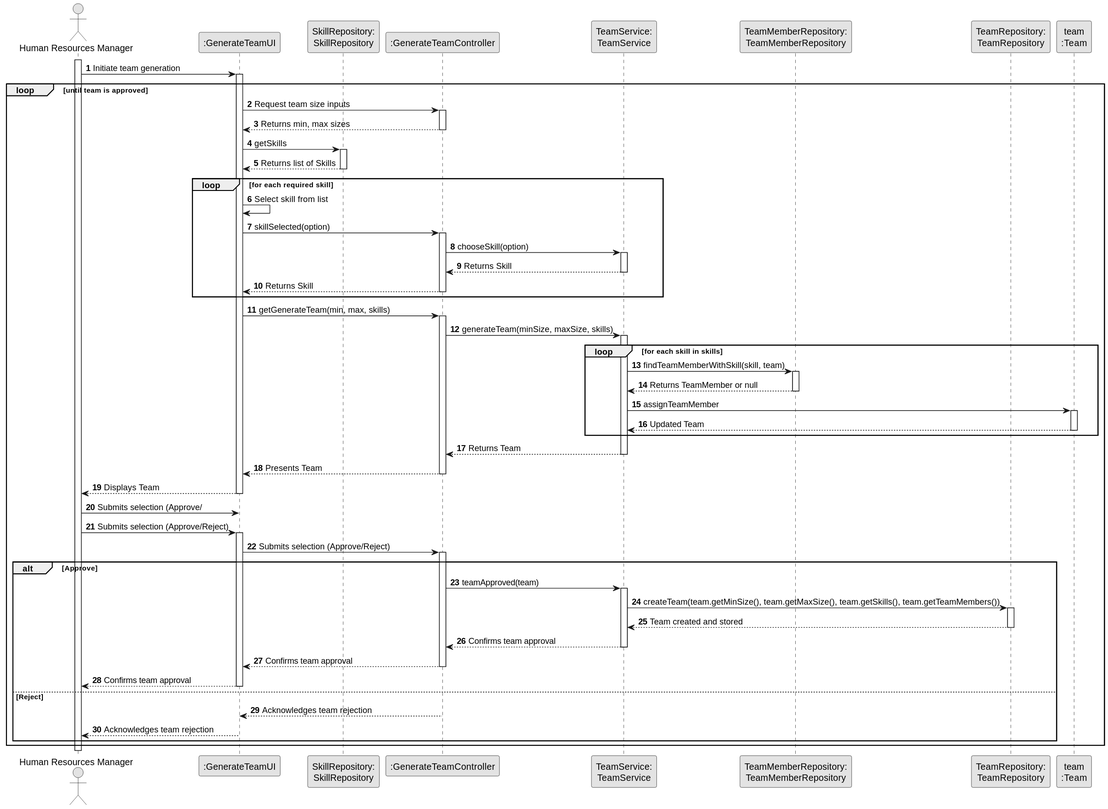
Above: docs/sprintC/us005/03.design/svg/us05-sequence-diagram-full.svg in Mendoncaa/LAPR2 (PlantUML), before the change. The source it was exported from:
```plantuml
@startuml
skinparam monochrome true
skinparam packageStyle rectangle
skinparam shadowing false

autonumber

actor "Human Resources Manager" as HRM
participant ":GenerateTeamUI" as GenerateTeamUI
participant "SkillRepository:\nSkillRepository" as SkillRepository
participant ":GenerateTeamController" as GenerateTeamController
participant "TeamService:\nTeamService" as TeamService
participant "TeamMemberRepository:\nTeamMemberRepository" as TeamMemberRepository
participant "TeamRepository:\nTeamRepository" as TeamRepository
participant "team\n:Team" as Team

activate HRM

HRM -> GenerateTeamUI : Initiate team generation
activate GenerateTeamUI

loop until team is approved

    GenerateTeamUI -> GenerateTeamController : Request team size inputs
    activate GenerateTeamController

    GenerateTeamController --> GenerateTeamUI : Returns min, max sizes
    deactivate GenerateTeamController


    GenerateTeamUI -> SkillRepository : getSkills
    activate SkillRepository

    SkillRepository --> GenerateTeamUI : Returns list of Skills
    deactivate SkillRepository


    loop for each required skill
        GenerateTeamUI -> GenerateTeamUI : Select skill from list
        GenerateTeamUI -> GenerateTeamController : skillSelected(option)
        activate GenerateTeamController

        GenerateTeamController -> TeamService : chooseSkill(option)
        activate TeamService

        TeamService --> GenerateTeamController : Returns Skill
        deactivate TeamService

        GenerateTeamController --> GenerateTeamUI : Returns Skill
        deactivate GenerateTeamController
    end


    GenerateTeamUI -> GenerateTeamController : getGenerateTeam(min, max, skills)
    activate GenerateTeamController

    GenerateTeamController -> TeamService : generateTeam(minSize, maxSize, skills)
    activate TeamService


    loop for each skill in skills
        TeamService -> TeamMemberRepository : findTeamMemberWithSkill(skill, team)
        activate TeamMemberRepository

        TeamMemberRepository --> TeamService : Returns TeamMember or null
        deactivate TeamMemberRepository


        TeamService -> Team : assignTeamMember
        activate Team

        Team --> TeamService : Updated Team
        deactivate Team
    end

    TeamService --> GenerateTeamController : Returns Team
    deactivate TeamService

    GenerateTeamController --> GenerateTeamUI : Presents Team
    deactivate GenerateTeamController

    GenerateTeamUI --> HRM : Displays Team
    deactivate GenerateTeamUI


    HRM -> GenerateTeamUI : Submits selection (Approve/



    HRM -> GenerateTeamUI : Submits selection (Approve/Reject)
    activate GenerateTeamUI

    GenerateTeamUI -> GenerateTeamController : Submits selection (Approve/Reject)
    activate GenerateTeamController

    alt Approve
        GenerateTeamController -> TeamService : teamApproved(team)
        activate TeamService


        TeamService -> TeamRepository : createTeam(team.getMinSize(), team.getMaxSize(), team.getSkills(), team.getTeamMembers())
        activate TeamRepository

        TeamRepository --> TeamService : Team created and stored
        deactivate TeamRepository

        TeamService --> GenerateTeamController : Confirms team approval
        deactivate TeamService

        GenerateTeamController --> GenerateTeamUI : Confirms team approval
        deactivate GenerateTeamController

        GenerateTeamUI --> HRM : Confirms team approval
        deactivate GenerateTeamUI
    else Reject

        GenerateTeamController --> GenerateTeamUI : Acknowledges team rejection
        deactivate GenerateTeamController

        GenerateTeamUI --> HRM : Acknowledges team rejection
        deactivate GenerateTeamUI
    end
end
@enduml
```
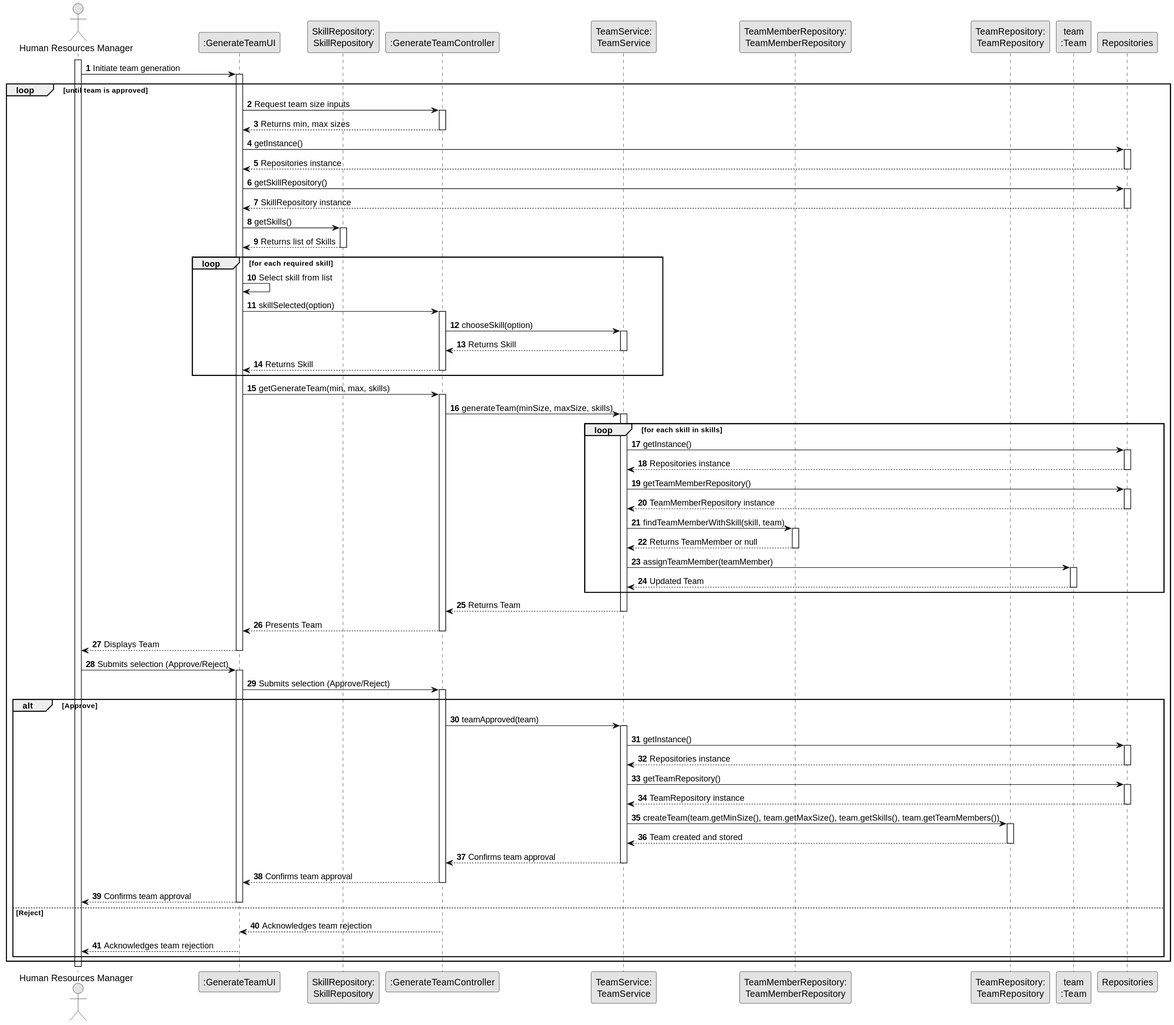
Above is the later version.

Commit message:
US005 and US008 SINGLETON fix on Sequence Diagram.

What changed in the source:
```diff
@@ -27,13 +27,20 @@
     GenerateTeamController --> GenerateTeamUI : Returns min, max sizes
     deactivate GenerateTeamController
 
+    GenerateTeamUI -> Repositories : getInstance()
+    activate Repositories
+    Repositories --> GenerateTeamUI : Repositories instance
+    deactivate Repositories
 
-    GenerateTeamUI -> SkillRepository : getSkills
+    GenerateTeamUI -> Repositories : getSkillRepository()
+    activate Repositories
+    Repositories --> GenerateTeamUI : SkillRepository instance
+    deactivate Repositories
+
+    GenerateTeamUI -> SkillRepository : getSkills()
     activate SkillRepository
-
     SkillRepository --> GenerateTeamUI : Returns list of Skills
     deactivate SkillRepository
-
 
     loop for each required skill
         GenerateTeamUI -> GenerateTeamUI : Select skill from list
@@ -50,23 +57,30 @@
         deactivate GenerateTeamController
     end
 
-
     GenerateTeamUI -> GenerateTeamController : getGenerateTeam(min, max, skills)
     activate GenerateTeamController
 
     GenerateTeamController -> TeamService : generateTeam(minSize, maxSize, skills)
     activate TeamService
 
+    loop for each skill in skills
+        TeamService -> Repositories : getInstance()
+        activate Repositories
+        Repositories --> TeamService : Repositories instance
+        deactivate Repositories
 
-    loop for each skill in skills
+        TeamService -> Repositories : getTeamMemberRepository()
+        activate Repositories
+        Repositories --> TeamService : TeamMemberRepository instance
+        deactivate Repositories
+
         TeamService -> TeamMemberRepository : findTeamMemberWithSkill(skill, team)
         activate TeamMemberRepository
 
         TeamMemberRepository --> TeamService : Returns TeamMember or null
         deactivate TeamMemberRepository
 
-
-        TeamService -> Team : assignTeamMember
+        TeamService -> Team : assignTeamMember(teamMember)
         activate Team
 
         Team --> TeamService : Updated Team
@@ -82,11 +96,6 @@
     GenerateTeamUI --> HRM : Displays Team
     deactivate GenerateTeamUI
 
-
-    HRM -> GenerateTeamUI : Submits selection (Approve/
-
-
-
     HRM -> GenerateTeamUI : Submits selection (Approve/Reject)
     activate GenerateTeamUI
 
@@ -97,6 +106,15 @@
         GenerateTeamController -> TeamService : teamApproved(team)
         activate TeamService
 
+        TeamService -> Repositories : getInstance()
+        activate Repositories
+        Repositories --> TeamService : Repositories instance
+        deactivate Repositories
+
+        TeamService -> Repositories : getTeamRepository()
+        activate Repositories
+        Repositories --> TeamService : TeamRepository instance
+        deactivate Repositories
 
         TeamService -> TeamRepository : createTeam(team.getMinSize(), team.getMaxSize(), team.getSkills(), team.getTeamMembers())
         activate TeamRepository
@@ -113,12 +131,12 @@
         GenerateTeamUI --> HRM : Confirms team approval
         deactivate GenerateTeamUI
     else Reject
-
         GenerateTeamController --> GenerateTeamUI : Acknowledges team rejection
         deactivate GenerateTeamController
 
         GenerateTeamUI --> HRM : Acknowledges team rejection
         deactivate GenerateTeamUI
     end
+
 end
 @enduml
```
